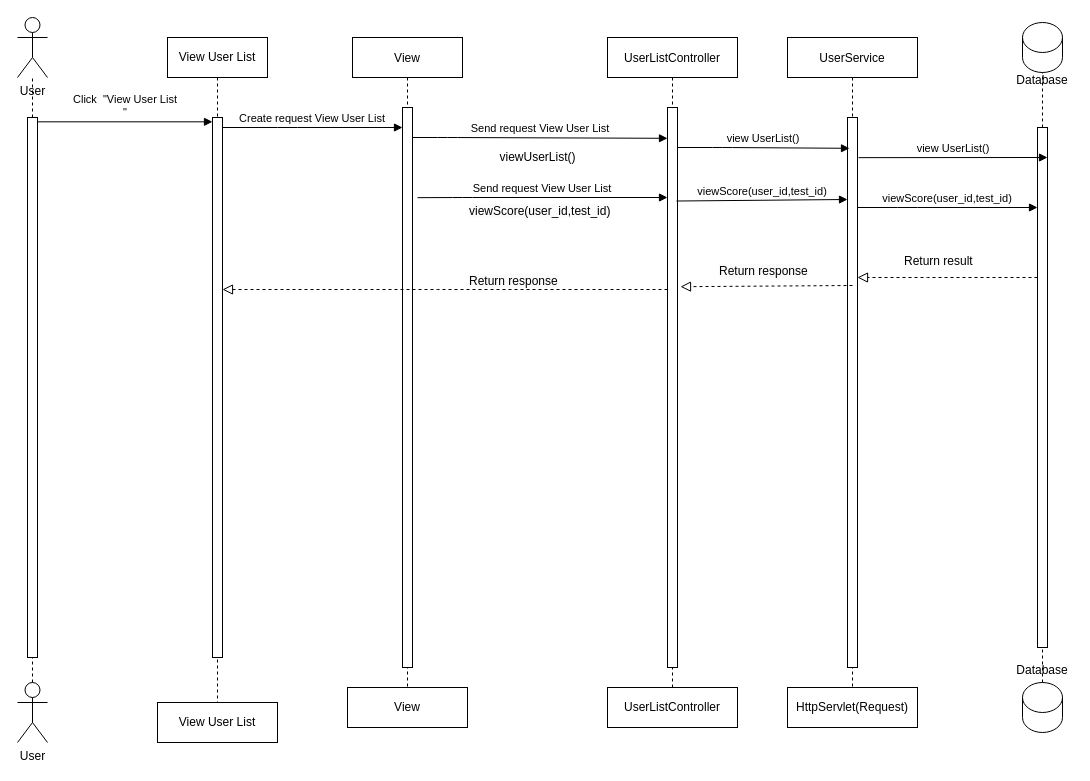
This is page "User List" (16 of 17) of Doc/Untitled Diagram.drawio from SWD392/SmallQuiz, a draw.io file, before an edit. Source tidied: cells renumbered, new cells numbered last; positions are measured from the earlier drawing's top-left corner, leaving out a move shared by most shapes. Both pictures are drawn from the tidied source at 100%, with x=0, y=0 at pixel (17, 17).
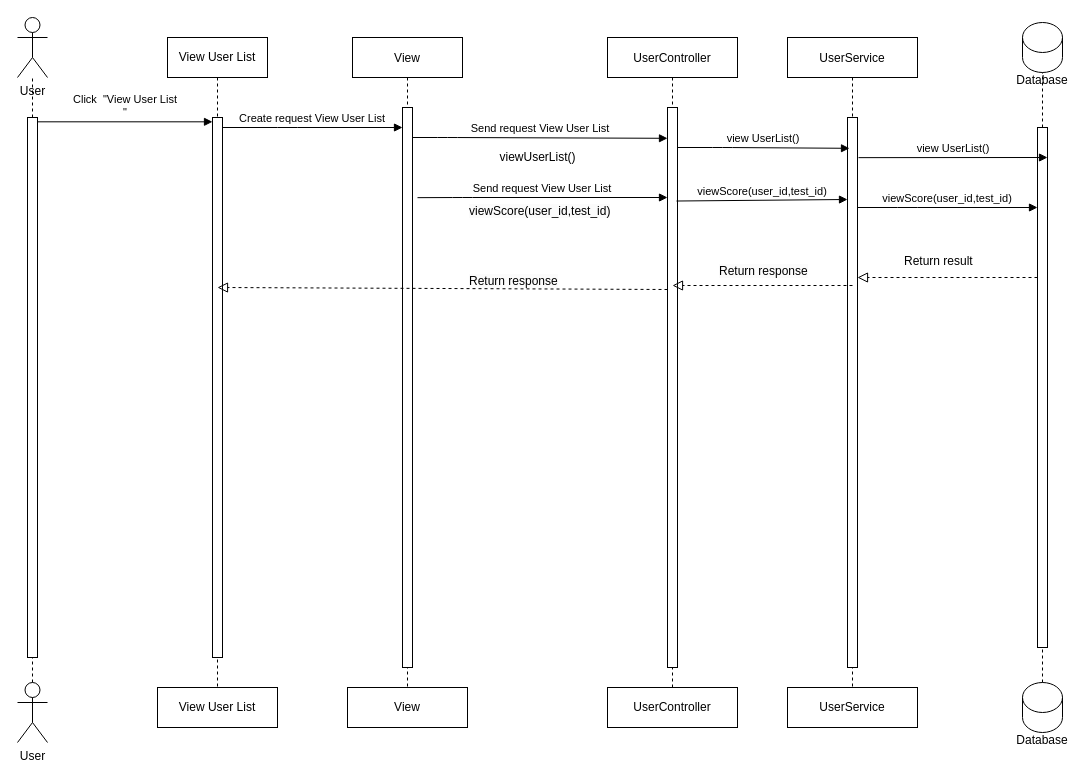
The same diagram, later.

Unchanged cells that the change refers to:
```xml
<mxCell id="5" style="points=[];perimeter=orthogonalPerimeter;rounded=0;shadow=0;strokeWidth=1;" parent="4" vertex="1">
  <mxGeometry x="60" y="70" width="10" height="560" as="geometry" />
</mxCell>
<mxCell id="28" style="html=1;points=[];perimeter=orthogonalPerimeter;outlineConnect=0;targetShapes=umlLifeline;portConstraint=eastwest;newEdgeStyle={&quot;edgeStyle&quot;:&quot;elbowEdgeStyle&quot;,&quot;elbow&quot;:&quot;vertical&quot;,&quot;curved&quot;:0,&quot;rounded&quot;:0};" parent="27" vertex="1">
  <mxGeometry x="45" y="80" width="10" height="540" as="geometry" />
</mxCell>
```

The edit, as a diff of the source:
```diff
@@
-    <mxCell id="4" value="UserListController" style="shape=umlLifeline;perimeter=lifelinePerimeter;rounded=0;shadow=0;strokeWidth=1;" parent="1" vertex="1">
+    <mxCell id="4" value="UserController" style="shape=umlLifeline;perimeter=lifelinePerimeter;rounded=0;shadow=0;strokeWidth=1;" parent="1" vertex="1">
       <mxGeometry x="590" y="20" width="130" height="630" as="geometry" />
     </mxCell>
@@
     <mxCell id="12" value="Database" style="text;html=1;strokeColor=none;fillColor=none;align=center;verticalAlign=middle;whiteSpace=wrap;rounded=0;" parent="1" vertex="1">
-      <mxGeometry x="995" y="640" width="60" height="25" as="geometry" />
+      <mxGeometry x="995" y="710" width="60" height="25" as="geometry" />
     </mxCell>
@@
-    <mxCell id="19" value="&lt;span style=&quot;&quot;&gt;UserListController&lt;/span&gt;" style="rounded=0;whiteSpace=wrap;html=1;" parent="1" vertex="1">
+    <mxCell id="19" value="UserController" style="rounded=0;whiteSpace=wrap;html=1;" parent="1" vertex="1">
       <mxGeometry x="590" y="670" width="130" height="40" as="geometry" />
     </mxCell>
@@
-    <mxCell id="22" value="&lt;span&gt;HttpServlet(Request)&lt;/span&gt;" style="rounded=0;whiteSpace=wrap;html=1;" parent="1" vertex="1">
+    <mxCell id="22" value="UserService" style="rounded=0;whiteSpace=wrap;html=1;" parent="1" vertex="1">
       <mxGeometry x="770" y="670" width="130" height="40" as="geometry" />
     </mxCell>
@@
     <mxCell id="27" value="View User List&lt;span id=&quot;docs-internal-guid-bdc3c211-7fff-28eb-d782-72b3e2d58da9&quot;&gt;&lt;/span&gt;" style="shape=umlLifeline;perimeter=lifelinePerimeter;whiteSpace=wrap;html=1;newEdgeStyle={&quot;edgeStyle&quot;:&quot;elbowEdgeStyle&quot;,&quot;elbow&quot;:&quot;vertical&quot;,&quot;curved&quot;:0,&quot;rounded&quot;:0};" parent="1" vertex="1">
-      <mxGeometry x="150" y="20" width="100" height="670" as="geometry" />
+      <mxGeometry x="150" y="20" width="100" height="650" as="geometry" />
     </mxCell>
@@
-    <mxCell id="34" style="endArrow=block;startArrow=none;endFill=0;startFill=0;endSize=8;html=1;verticalAlign=bottom;dashed=1;labelBackgroundColor=none;rounded=0;fontSize=10;entryX=1.3;entryY=0.32;entryDx=0;entryDy=0;entryPerimeter=0;" parent="1" edge="1" target="5">
+    <mxCell id="34" style="endArrow=block;startArrow=none;endFill=0;startFill=0;endSize=8;html=1;verticalAlign=bottom;dashed=1;labelBackgroundColor=none;rounded=0;fontSize=10;" parent="1" edge="1">
       <mxGeometry relative="1" as="geometry">
         <mxPoint x="835" y="268" as="sourcePoint" />
+        <mxPoint x="655" y="268" as="targetPoint" />
       </mxGeometry>
     </mxCell>
@@
-    <mxCell id="36" style="endArrow=block;startArrow=none;endFill=0;startFill=0;endSize=8;html=1;verticalAlign=bottom;dashed=1;labelBackgroundColor=none;rounded=0;fontSize=10;" parent="1" edge="1" target="28">
+    <mxCell id="36" style="endArrow=block;startArrow=none;endFill=0;startFill=0;endSize=8;html=1;verticalAlign=bottom;dashed=1;labelBackgroundColor=none;rounded=0;fontSize=10;" parent="1" edge="1">
       <mxGeometry relative="1" as="geometry">
         <mxPoint x="650" y="272" as="sourcePoint" />
-        <Array as="points">
-          <mxPoint x="420" y="272" />
-        </Array>
+        <mxPoint x="200" y="270" as="targetPoint" />
       </mxGeometry>
     </mxCell>
@@
     <mxCell id="42" value="View User List" style="rounded=0;whiteSpace=wrap;html=1;" parent="1" vertex="1">
-      <mxGeometry x="140" y="685" width="120" height="40" as="geometry" />
+      <mxGeometry x="140" y="670" width="120" height="40" as="geometry" />
     </mxCell>
```
